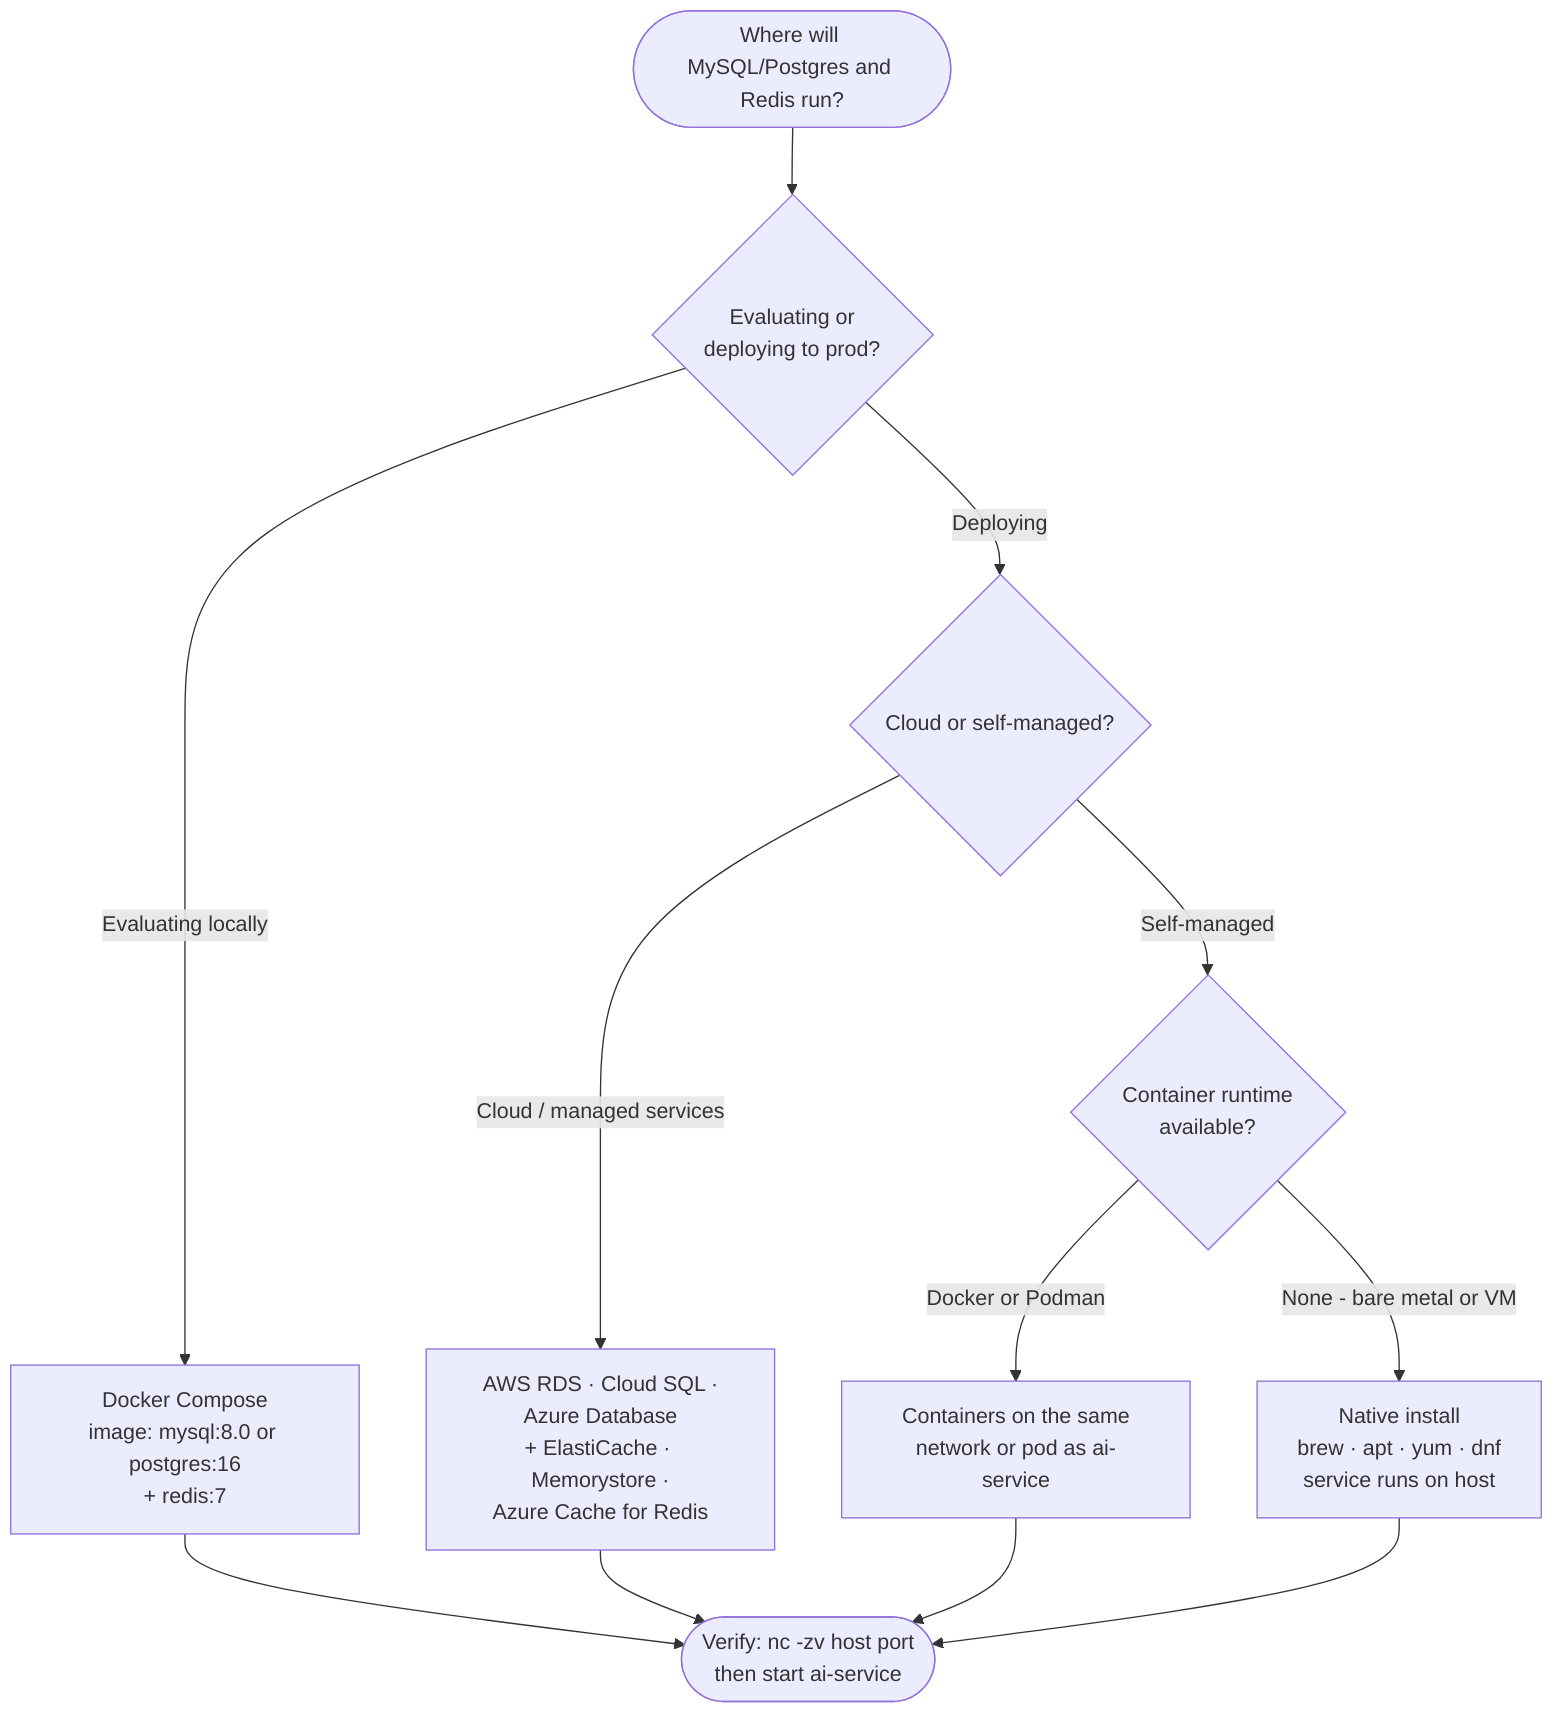
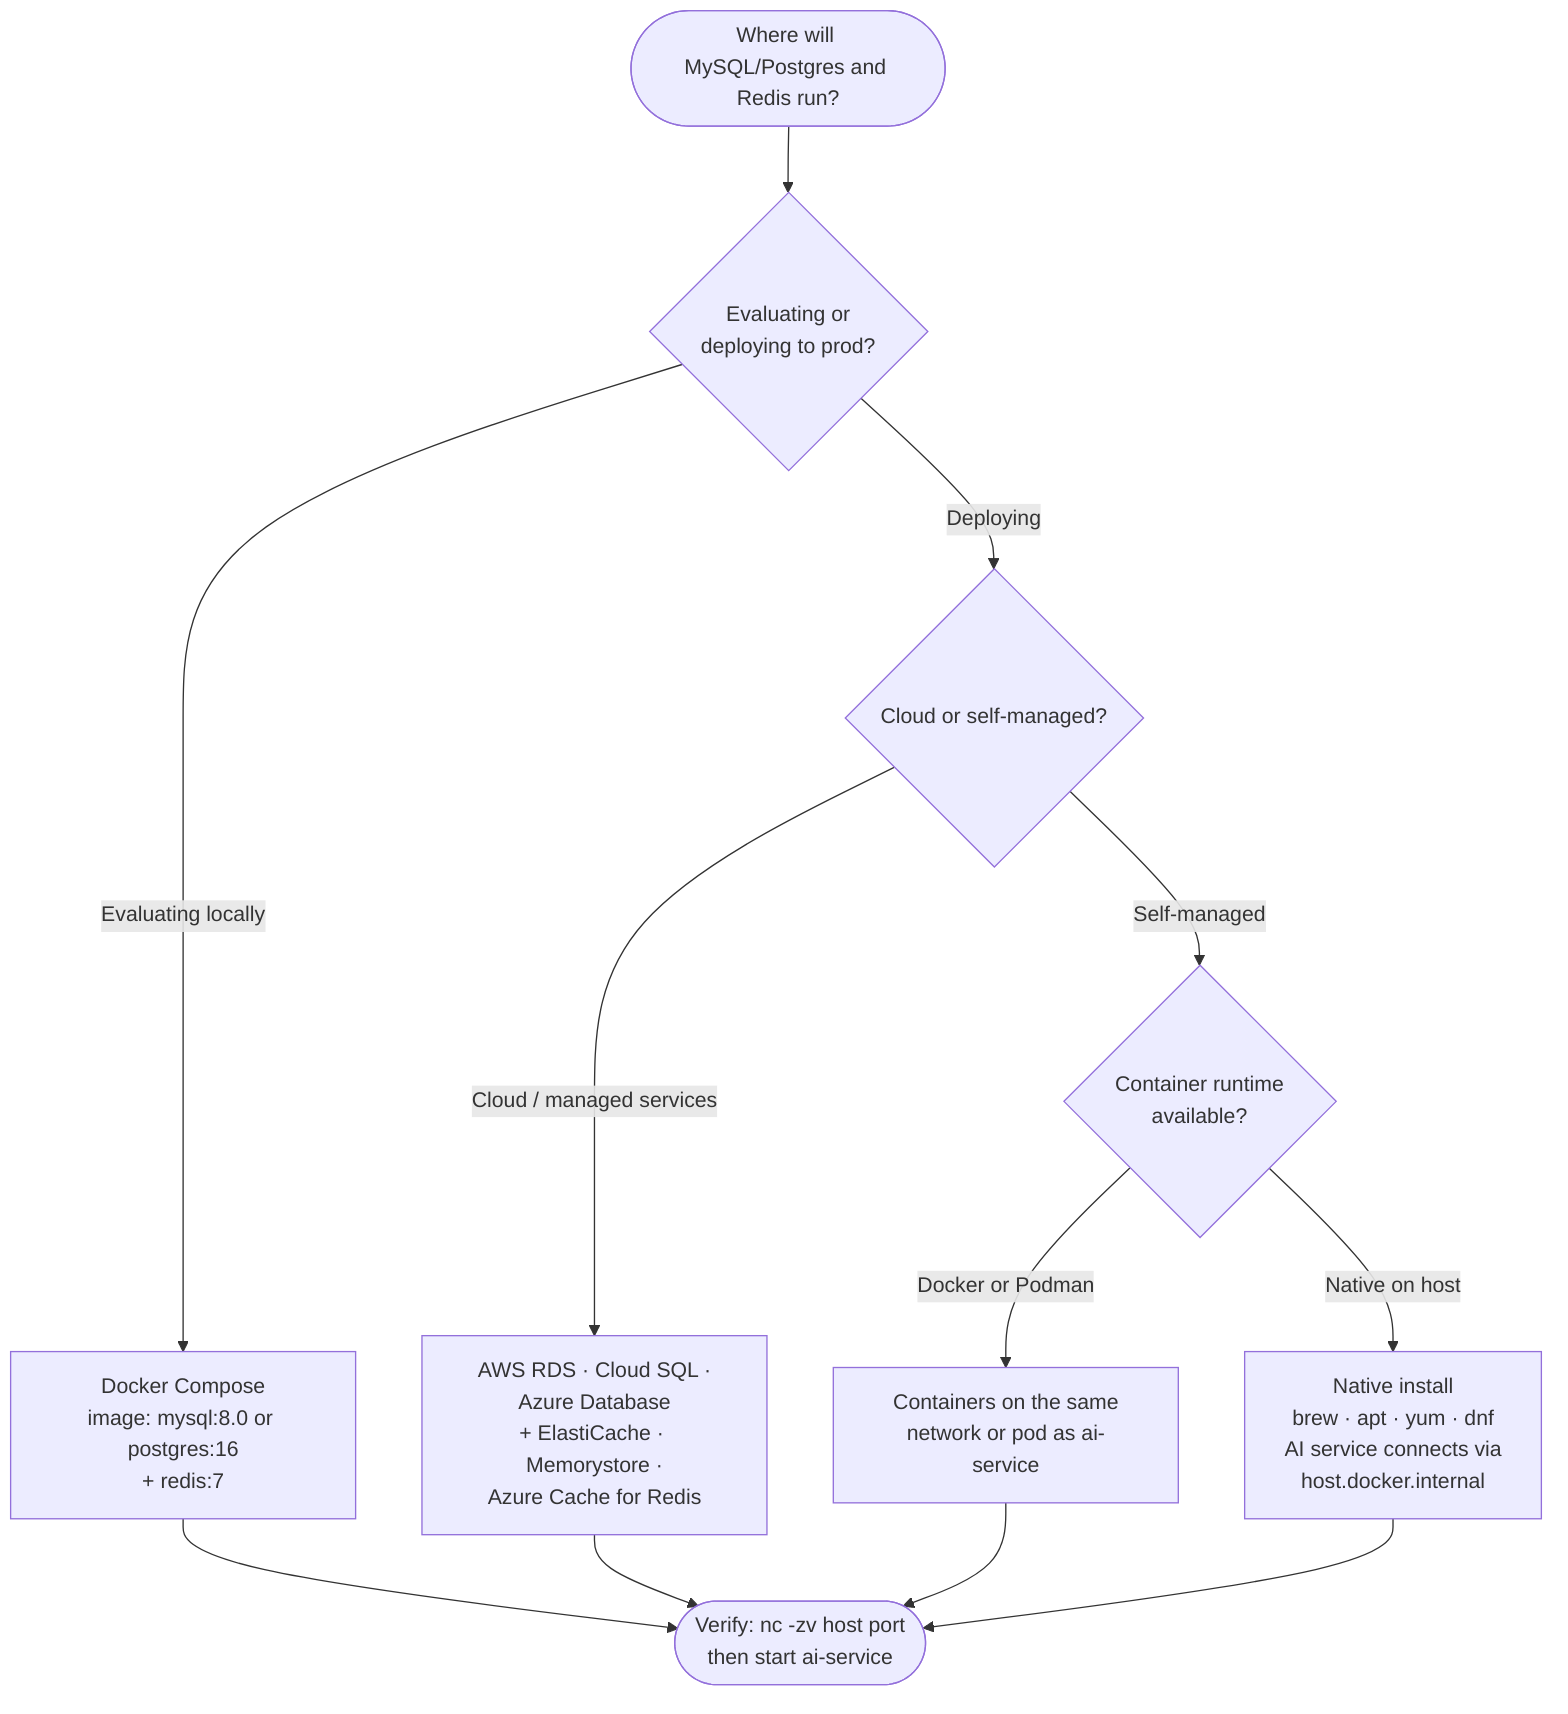
flowchart TD
    Start([Where will MySQL/Postgres and Redis run?]) --> Q1{Evaluating or<br>deploying to prod?}
    Q1 -->|Evaluating locally| Compose[Docker Compose<br>image: mysql:8.0 or postgres:16<br>+ redis:7]
    Q1 -->|Deploying| Q2{Cloud or self-managed?}
    Q2 -->|Cloud / managed services| Managed[AWS RDS · Cloud SQL ·<br>Azure Database<br>+ ElastiCache · Memorystore ·<br>Azure Cache for Redis]
    Q2 -->|Self-managed| Q3{Container runtime<br>available?}
    Q3 -->|Docker or Podman| Containers[Containers on the same<br>network or pod as ai-service]
-     Q3 -->|None - bare metal or VM| Native[Native install<br>brew · apt · yum · dnf<br>service runs on host]
+     Q3 -->|Native on host| Native[Native install<br>brew · apt · yum · dnf<br>AI service connects via<br>host.docker.internal]
    Compose --> Verify([Verify: nc -zv host port<br>then start ai-service])
    Managed --> Verify
    Containers --> Verify
    Native --> Verify
